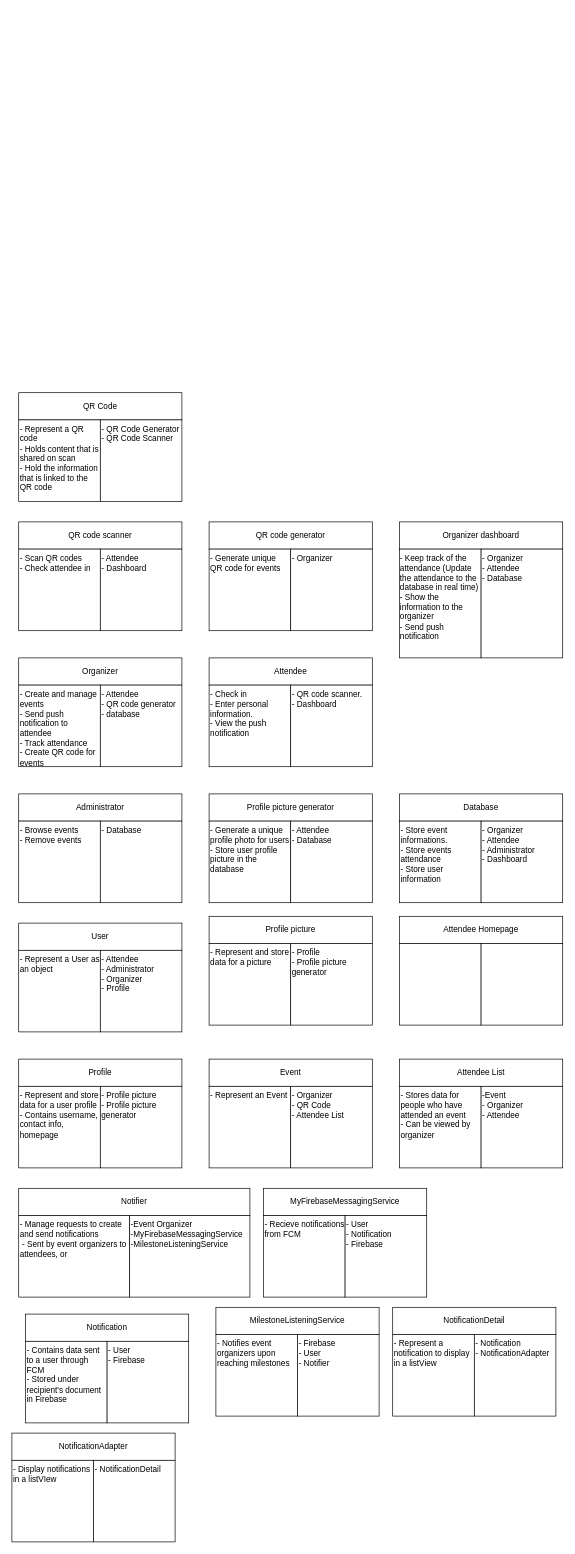
Before: CRC.drawio in CMPUT301W24T20/Lins-Second-Strongest-Students, a draw.io diagram. Source tidied: cells renumbered, new cells numbered last; positions are measured from the earlier drawing's top-left corner, leaving out a move shared by most shapes. Both pictures are drawn from the tidied source at 68%, with x=0, y=0 at pixel (12, 392).
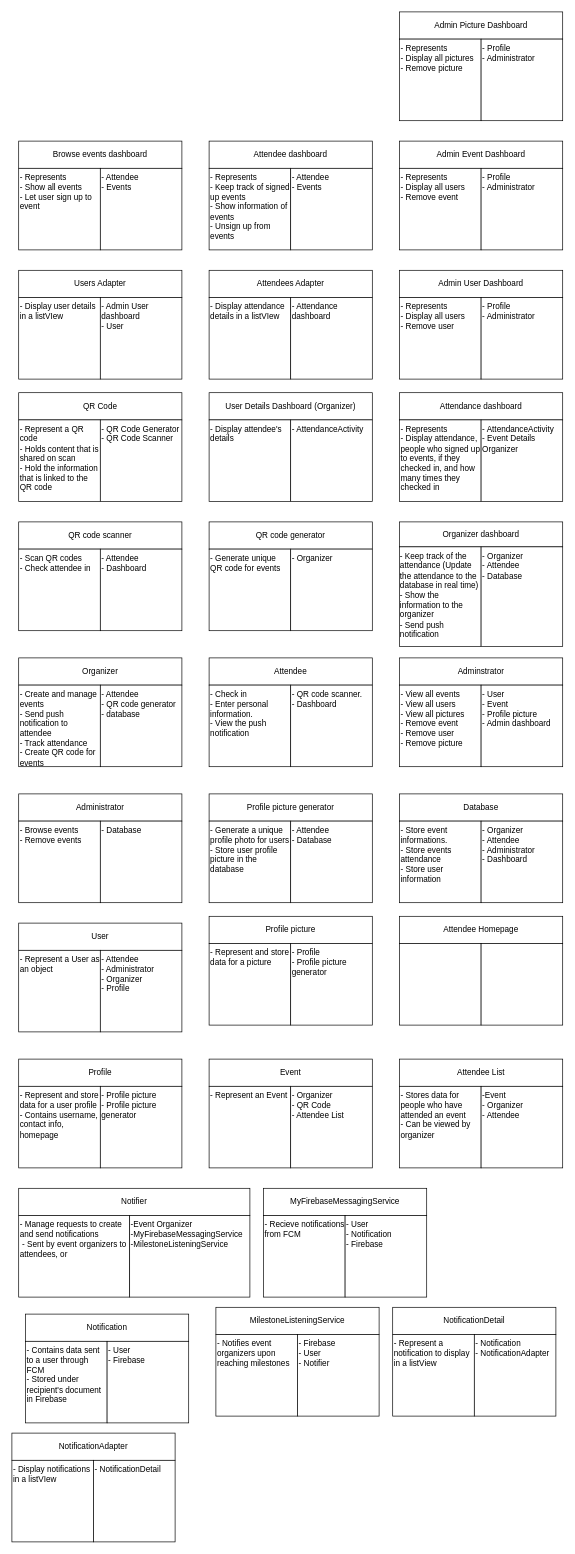
The same diagram, later.

Change to the diagram source:
```diff
@@
     <mxCell id="26" style="group;align=left;verticalAlign=top;horizontal=0;" parent="1" vertex="1">
-      <mxGeometry x="570" y="190" width="240" height="240" as="geometry" />
+      <mxGeometry x="570" y="190" width="240" height="360" as="geometry" />
     </mxCell>
     <mxCell id="27" value="Organizer dashboard" style="rounded=0;whiteSpace=wrap;html=1;" parent="26" vertex="1">
-      <mxGeometry width="240" height="40" as="geometry" />
+      <mxGeometry width="240" height="36.7" as="geometry" />
     </mxCell>
     <mxCell id="28" value="&lt;div style=&quot;text-align: left;&quot;&gt;- Keep track of the attendance (Update the attendance to the database in real time)&lt;/div&gt;&lt;div style=&quot;text-align: left;&quot;&gt;- Show the information to the organizer&lt;/div&gt;&lt;div style=&quot;text-align: left;&quot;&gt;- Send push notification&lt;/div&gt;" style="rounded=0;whiteSpace=wrap;html=1;verticalAlign=top;" parent="26" vertex="1">
-      <mxGeometry y="40" width="120" height="160" as="geometry" />
+      <mxGeometry y="36.7" width="120" height="146.7" as="geometry" />
     </mxCell>
     <mxCell id="29" value="&lt;div style=&quot;&quot;&gt;- Organizer&lt;/div&gt;- Attendee&lt;br&gt;- Database&amp;nbsp;" style="rounded=0;whiteSpace=wrap;html=1;align=left;horizontal=1;verticalAlign=top;" parent="26" vertex="1">
-      <mxGeometry x="120" y="40" width="120" height="160" as="geometry" />
+      <mxGeometry x="120" y="36.7" width="120" height="146.7" as="geometry" />
     </mxCell>
+    <mxCell id="86" style="group;" parent="26" vertex="1">
+      <mxGeometry y="200" width="240" height="160" as="geometry" />
+    </mxCell>
+    <mxCell id="87" value="Adminstrator" style="rounded=0;whiteSpace=wrap;html=1;" parent="86" vertex="1">
+      <mxGeometry width="240" height="40" as="geometry" />
+    </mxCell>
+    <mxCell id="88" value="- View all events&lt;div&gt;- View all users&lt;/div&gt;&lt;div&gt;- View all pictures&lt;/div&gt;&lt;div&gt;- Remove event&lt;/div&gt;&lt;div&gt;- Remove user&lt;/div&gt;&lt;div&gt;- Remove picture&lt;/div&gt;" style="rounded=0;whiteSpace=wrap;html=1;verticalAlign=top;align=left;" parent="86" vertex="1">
+      <mxGeometry y="40" width="120" height="120" as="geometry" />
+    </mxCell>
+    <mxCell id="89" value="- User&lt;div&gt;- Event&lt;/div&gt;&lt;div&gt;- Profile picture&lt;/div&gt;&lt;div&gt;- Admin dashboard&lt;/div&gt;&lt;div&gt;&lt;br&gt;&lt;/div&gt;" style="rounded=0;whiteSpace=wrap;html=1;align=left;verticalAlign=top;" parent="86" vertex="1">
+      <mxGeometry x="120" y="40" width="120" height="120" as="geometry" />
+    </mxCell>
@@
+    <mxCell id="90" style="group;align=left;verticalAlign=top;" parent="1" vertex="1">
+      <mxGeometry x="290" width="240" height="160" as="geometry" />
+    </mxCell>
+    <mxCell id="91" value="User Details Dashboard (Organizer)" style="rounded=0;whiteSpace=wrap;html=1;" parent="90" vertex="1">
+      <mxGeometry width="240" height="40" as="geometry" />
+    </mxCell>
+    <mxCell id="92" value="- Display attendee's details" style="rounded=0;whiteSpace=wrap;html=1;verticalAlign=top;align=left;" parent="90" vertex="1">
+      <mxGeometry y="40" width="120" height="120" as="geometry" />
+    </mxCell>
+    <mxCell id="93" value="- AttendanceActivity" style="rounded=0;whiteSpace=wrap;html=1;verticalAlign=top;align=left;" parent="90" vertex="1">
+      <mxGeometry x="120" y="40" width="120" height="120" as="geometry" />
+    </mxCell>
+    <mxCell id="94" style="group;align=left;verticalAlign=top;" parent="1" vertex="1">
+      <mxGeometry x="570" width="240" height="160" as="geometry" />
+    </mxCell>
+    <mxCell id="95" value="Attendance dashboard" style="rounded=0;whiteSpace=wrap;html=1;" parent="94" vertex="1">
+      <mxGeometry width="240" height="40" as="geometry" />
+    </mxCell>
+    <mxCell id="96" value="&lt;div&gt;- Represents&lt;/div&gt;- Display attendance, people who signed up to events, if they checked in, and how many times they checked in" style="rounded=0;whiteSpace=wrap;html=1;verticalAlign=top;align=left;" parent="94" vertex="1">
+      <mxGeometry y="40" width="120" height="120" as="geometry" />
+    </mxCell>
+    <mxCell id="97" value="- AttendanceActivity&lt;div&gt;- Event Details Organizer&lt;/div&gt;" style="rounded=0;whiteSpace=wrap;html=1;verticalAlign=top;align=left;" parent="94" vertex="1">
+      <mxGeometry x="120" y="40" width="120" height="120" as="geometry" />
+    </mxCell>
+    <mxCell id="98" style="group;" parent="1" vertex="1">
+      <mxGeometry x="290" y="-180" width="240" height="160" as="geometry" />
+    </mxCell>
+    <mxCell id="99" value="Attendees Adapter" style="rounded=0;whiteSpace=wrap;html=1;" parent="98" vertex="1">
+      <mxGeometry width="240" height="40" as="geometry" />
+    </mxCell>
+    <mxCell id="100" value="- Display attendance details in a listVIew" style="rounded=0;whiteSpace=wrap;html=1;align=left;verticalAlign=top;" parent="98" vertex="1">
+      <mxGeometry y="40" width="120" height="120" as="geometry" />
+    </mxCell>
+    <mxCell id="101" value="- Attendance dashboard" style="rounded=0;whiteSpace=wrap;html=1;align=left;verticalAlign=top;" parent="98" vertex="1">
+      <mxGeometry x="120" y="40" width="120" height="120" as="geometry" />
+    </mxCell>
+    <mxCell id="102" style="group;" parent="1" vertex="1">
+      <mxGeometry x="10" y="-180" width="240" height="160" as="geometry" />
+    </mxCell>
+    <mxCell id="103" value="Users Adapter" style="rounded=0;whiteSpace=wrap;html=1;" parent="102" vertex="1">
+      <mxGeometry width="240" height="40" as="geometry" />
+    </mxCell>
+    <mxCell id="104" value="- Display user details in a listVIew" style="rounded=0;whiteSpace=wrap;html=1;align=left;verticalAlign=top;" parent="102" vertex="1">
+      <mxGeometry y="40" width="120" height="120" as="geometry" />
+    </mxCell>
+    <mxCell id="105" value="- Admin User dashboard&lt;div&gt;- User&lt;/div&gt;" style="rounded=0;whiteSpace=wrap;html=1;align=left;verticalAlign=top;" parent="102" vertex="1">
+      <mxGeometry x="120" y="40" width="120" height="120" as="geometry" />
+    </mxCell>
+    <mxCell id="106" style="group;" parent="1" vertex="1">
+      <mxGeometry x="570" y="-180" width="240" height="160" as="geometry" />
+    </mxCell>
+    <mxCell id="107" value="Admin User Dashboard" style="rounded=0;whiteSpace=wrap;html=1;" parent="106" vertex="1">
+      <mxGeometry width="240" height="40" as="geometry" />
+    </mxCell>
+    <mxCell id="108" value="&lt;div&gt;- Represents&lt;/div&gt;- Display all users&lt;div&gt;- Remove user&lt;/div&gt;" style="rounded=0;whiteSpace=wrap;html=1;align=left;verticalAlign=top;" parent="106" vertex="1">
+      <mxGeometry y="40" width="120" height="120" as="geometry" />
+    </mxCell>
+    <mxCell id="109" value="- Profile&lt;div&gt;- Administrator&lt;/div&gt;" style="rounded=0;whiteSpace=wrap;html=1;align=left;verticalAlign=top;" parent="106" vertex="1">
+      <mxGeometry x="120" y="40" width="120" height="120" as="geometry" />
+    </mxCell>
+    <mxCell id="110" style="group;" parent="1" vertex="1">
+      <mxGeometry x="570" y="-370" width="240" height="160" as="geometry" />
+    </mxCell>
+    <mxCell id="111" value="Admin Event Dashboard" style="rounded=0;whiteSpace=wrap;html=1;" parent="110" vertex="1">
+      <mxGeometry width="240" height="40" as="geometry" />
+    </mxCell>
+    <mxCell id="112" value="&lt;div&gt;- Represents&lt;/div&gt;- Display all users&lt;div&gt;- Remove event&lt;/div&gt;" style="rounded=0;whiteSpace=wrap;html=1;align=left;verticalAlign=top;" parent="110" vertex="1">
+      <mxGeometry y="40" width="120" height="120" as="geometry" />
+    </mxCell>
+    <mxCell id="113" value="- Profile&lt;div&gt;- Administrator&lt;/div&gt;" style="rounded=0;whiteSpace=wrap;html=1;align=left;verticalAlign=top;" parent="110" vertex="1">
+      <mxGeometry x="120" y="40" width="120" height="120" as="geometry" />
+    </mxCell>
+    <mxCell id="114" style="group;" parent="1" vertex="1">
+      <mxGeometry x="290" y="-370" width="240" height="160" as="geometry" />
+    </mxCell>
+    <mxCell id="115" value="Attendee dashboard" style="rounded=0;whiteSpace=wrap;html=1;" parent="114" vertex="1">
+      <mxGeometry width="240" height="40" as="geometry" />
+    </mxCell>
+    <mxCell id="116" value="&lt;div&gt;- Represents&lt;/div&gt;- Keep track of signed up events&lt;div&gt;- Show information of events&lt;/div&gt;&lt;div&gt;- Unsign up from events&lt;/div&gt;" style="rounded=0;whiteSpace=wrap;html=1;align=left;verticalAlign=top;" parent="114" vertex="1">
+      <mxGeometry y="40" width="120" height="120" as="geometry" />
+    </mxCell>
+    <mxCell id="117" value="- Attendee&lt;div&gt;- Events&lt;/div&gt;" style="rounded=0;whiteSpace=wrap;html=1;align=left;verticalAlign=top;" parent="114" vertex="1">
+      <mxGeometry x="120" y="40" width="120" height="120" as="geometry" />
+    </mxCell>
+    <mxCell id="118" style="group;" parent="1" vertex="1">
+      <mxGeometry x="10" y="-370" width="240" height="160" as="geometry" />
+    </mxCell>
+    <mxCell id="119" value="Browse events dashboard" style="rounded=0;whiteSpace=wrap;html=1;" parent="118" vertex="1">
+      <mxGeometry width="240" height="40" as="geometry" />
+    </mxCell>
+    <mxCell id="120" value="&lt;div&gt;- Represents&lt;/div&gt;- Show all events&lt;div&gt;- Let user sign up to event&lt;/div&gt;" style="rounded=0;whiteSpace=wrap;html=1;align=left;verticalAlign=top;" parent="118" vertex="1">
+      <mxGeometry y="40" width="120" height="120" as="geometry" />
+    </mxCell>
+    <mxCell id="121" value="- Attendee&lt;div&gt;- Events&lt;/div&gt;" style="rounded=0;whiteSpace=wrap;html=1;align=left;verticalAlign=top;" parent="118" vertex="1">
+      <mxGeometry x="120" y="40" width="120" height="120" as="geometry" />
+    </mxCell>
+    <mxCell id="122" style="group;" parent="1" vertex="1">
+      <mxGeometry x="570" y="-560" width="240" height="160" as="geometry" />
+    </mxCell>
+    <mxCell id="123" value="Admin Picture Dashboard" style="rounded=0;whiteSpace=wrap;html=1;" parent="122" vertex="1">
+      <mxGeometry width="240" height="40" as="geometry" />
+    </mxCell>
+    <mxCell id="124" value="&lt;div&gt;- Represents&lt;/div&gt;- Display all pictures&lt;div&gt;- Remove picture&lt;/div&gt;" style="rounded=0;whiteSpace=wrap;html=1;align=left;verticalAlign=top;" parent="122" vertex="1">
+      <mxGeometry y="40" width="120" height="120" as="geometry" />
+    </mxCell>
+    <mxCell id="125" value="- Profile&lt;div&gt;- Administrator&lt;/div&gt;" style="rounded=0;whiteSpace=wrap;html=1;align=left;verticalAlign=top;" parent="122" vertex="1">
+      <mxGeometry x="120" y="40" width="120" height="120" as="geometry" />
+    </mxCell>
```
